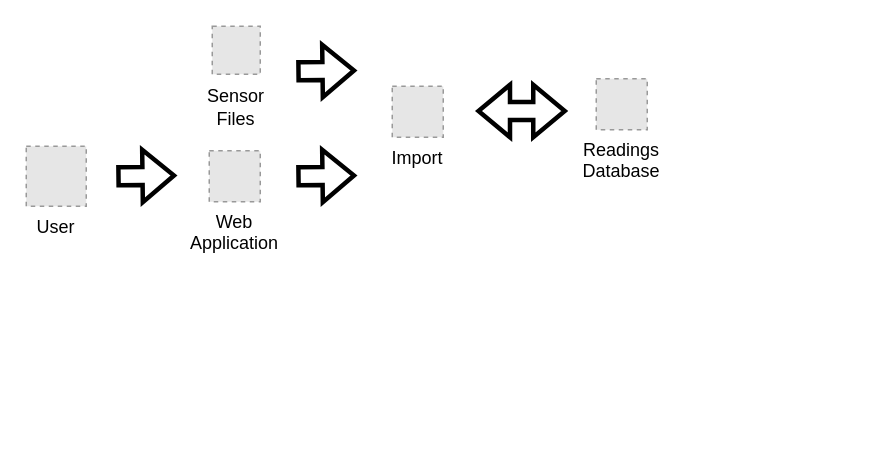
The draw.io diagram assets/images/2023-11-16-stationmanager/source-files-to-timescale-database.drawio in rdmolony/rdmolony.github.io, before the edit. Source tidied: cells renumbered, new cells numbered last; positions are measured from the earlier drawing's top-left corner, leaving out a move shared by most shapes. Both pictures are drawn from the tidied source at 150%, with x=0, y=0 at pixel (26, 26). Pictures stored in the file or linked from it are replaced by grey dashed boxes.
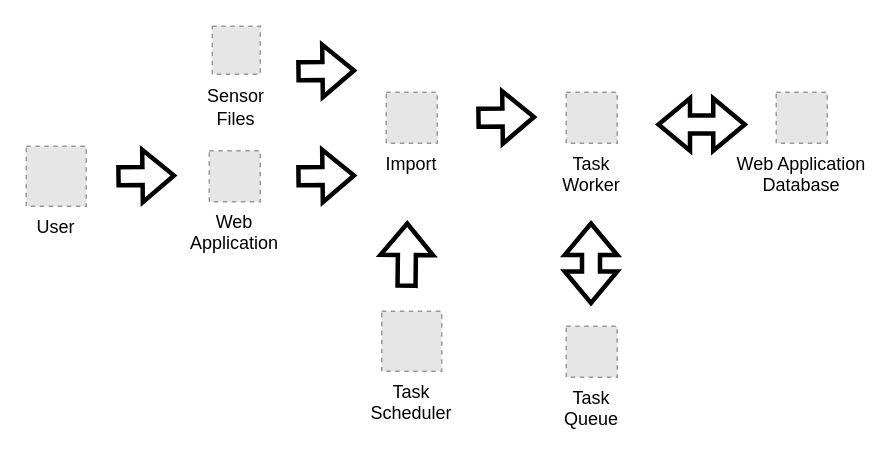
Above is the later version.

Change to the diagram source:
```diff
@@
     <mxCell id="3" value="Import" style="fillColor=#E6E6E6;strokeColor=#999999;dashed=1;verticalLabelPosition=bottom;labelBackgroundColor=default;verticalAlign=top;" parent="1" vertex="1">
-      <mxGeometry x="244" y="40" width="34" height="34" as="geometry" />
+      <mxGeometry x="240" y="44" width="34" height="34" as="geometry" />
     </mxCell>
-    <mxCell id="4" value="Readings&#10;Database" style="fillColor=#E6E6E6;strokeColor=#999999;dashed=1;verticalLabelPosition=bottom;labelBackgroundColor=default;verticalAlign=top;" parent="1" vertex="1">
-      <mxGeometry x="380" y="35" width="34" height="34" as="geometry" />
+    <mxCell id="4" value="Web Application&#10;Database" style="fillColor=#E6E6E6;strokeColor=#999999;dashed=1;verticalLabelPosition=bottom;labelBackgroundColor=default;verticalAlign=top;" parent="1" vertex="1">
+      <mxGeometry x="500" y="44" width="34" height="34" as="geometry" />
     </mxCell>
     <mxCell id="5" style="shape=flexArrow;endArrow=classic;startArrow=classic;html=1;rounded=0;entryX=0.75;entryY=1;entryDx=0;entryDy=0;strokeWidth=3;" parent="1" edge="1">
       <mxGeometry relative="1" as="geometry">
-        <mxPoint x="300" y="56.5" as="sourcePoint" />
-        <mxPoint x="360.5" y="56.5" as="targetPoint" />
+        <mxPoint x="420" y="65.5" as="sourcePoint" />
+        <mxPoint x="480.5" y="65.5" as="targetPoint" />
       </mxGeometry>
     </mxCell>
@@
+    <mxCell id="13" value="Task&#10;Scheduler" style="fillColor=#E6E6E6;strokeColor=#999999;dashed=1;verticalLabelPosition=bottom;labelBackgroundColor=default;verticalAlign=top;" parent="1" vertex="1">
+      <mxGeometry x="237" y="190" width="40" height="40" as="geometry" />
+    </mxCell>
+    <mxCell id="14" style="shape=flexArrow;endArrow=classic;html=1;rounded=0;strokeWidth=3;exitX=0.5;exitY=1;exitDx=0;exitDy=0;" parent="1" edge="1">
+      <mxGeometry relative="1" as="geometry">
+        <mxPoint x="253.5" y="174.5" as="sourcePoint" />
+        <mxPoint x="254" y="130" as="targetPoint" />
+      </mxGeometry>
+    </mxCell>
+    <mxCell id="15" value="Task&#10;Worker" style="fillColor=#E6E6E6;strokeColor=#999999;dashed=1;verticalLabelPosition=bottom;labelBackgroundColor=default;verticalAlign=top;" parent="1" vertex="1">
+      <mxGeometry x="360" y="44" width="34" height="34" as="geometry" />
+    </mxCell>
+    <mxCell id="16" style="shape=flexArrow;endArrow=classic;html=1;rounded=0;strokeWidth=3;" parent="1" edge="1">
+      <mxGeometry relative="1" as="geometry">
+        <mxPoint x="300" y="61" as="sourcePoint" />
+        <mxPoint x="340" y="60.5" as="targetPoint" />
+      </mxGeometry>
+    </mxCell>
+    <mxCell id="17" value="Task&#10;Queue" style="fillColor=#E6E6E6;strokeColor=#999999;dashed=1;verticalLabelPosition=bottom;labelBackgroundColor=default;verticalAlign=top;" parent="1" vertex="1">
+      <mxGeometry x="360" y="200" width="34" height="34" as="geometry" />
+    </mxCell>
+    <mxCell id="18" style="shape=flexArrow;endArrow=classic;startArrow=classic;html=1;rounded=0;strokeWidth=3;" parent="1" edge="1">
+      <mxGeometry relative="1" as="geometry">
+        <mxPoint x="376.5" y="130" as="sourcePoint" />
+        <mxPoint x="376.5" y="186" as="targetPoint" />
+      </mxGeometry>
+    </mxCell>
```
